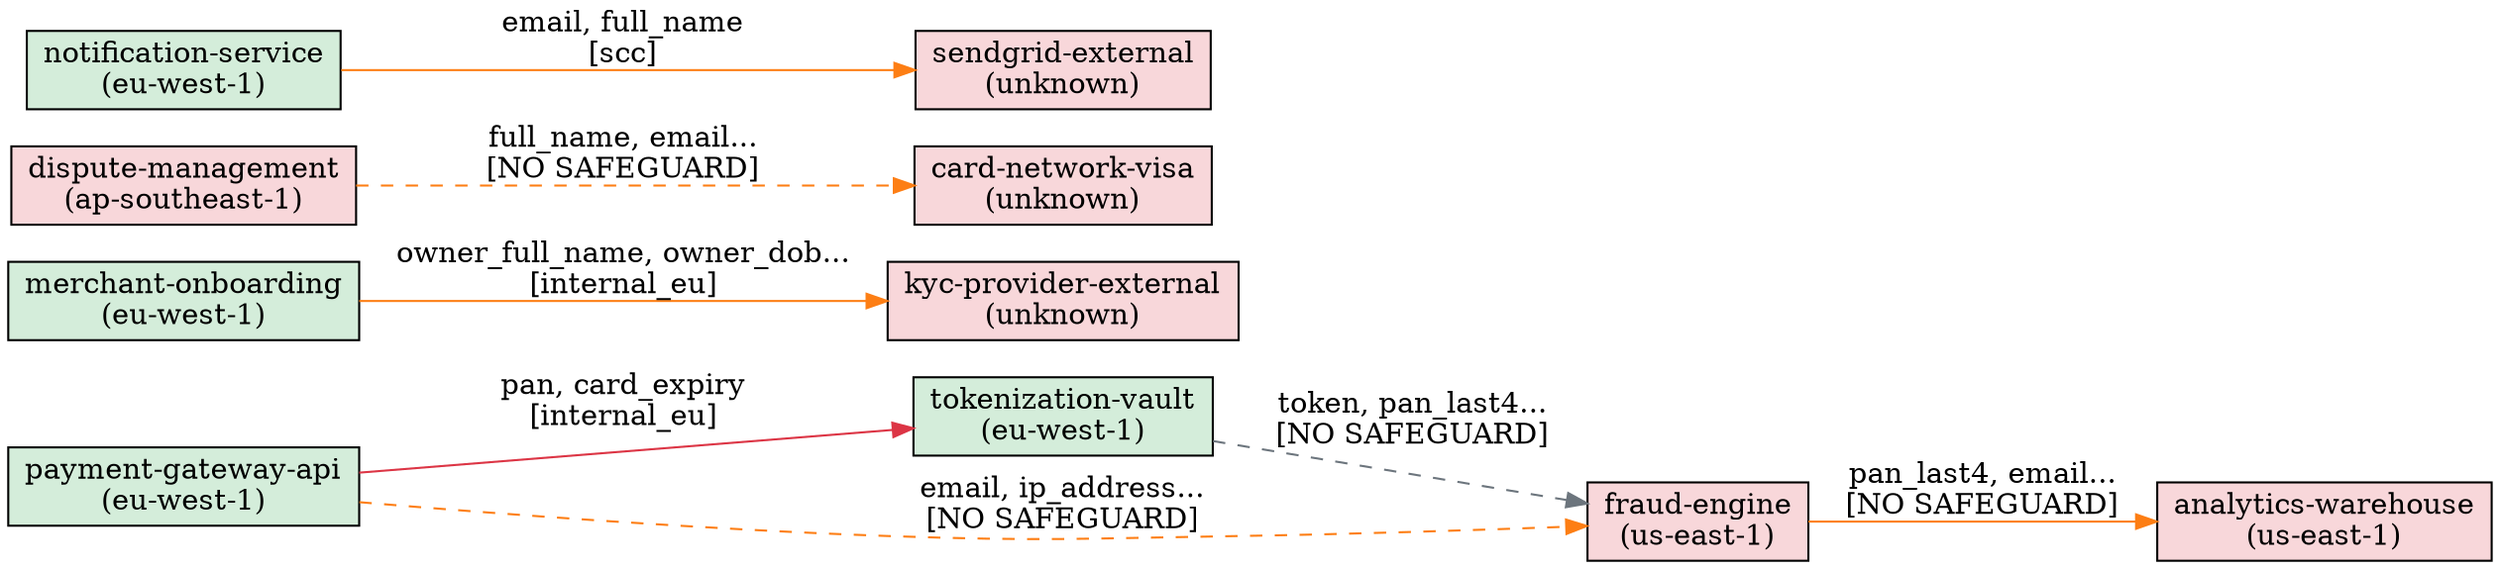
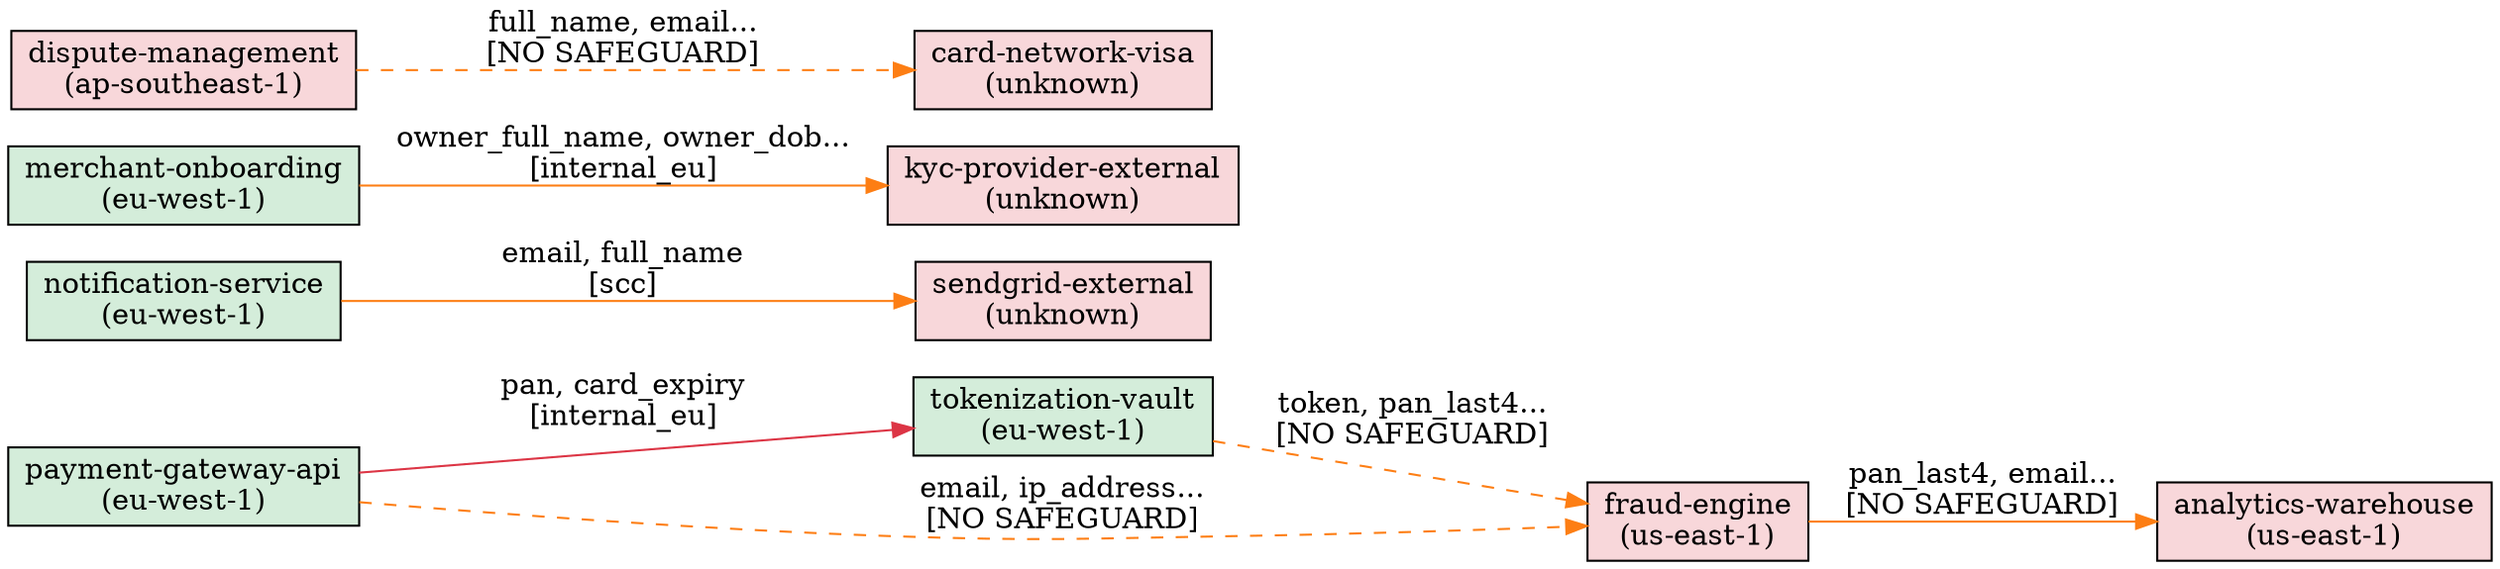
digraph data_flows {
  rankdir=LR;
  node [shape=box, style=filled];

+   "payment-gateway-api" [label="payment-gateway-api\n(eu-west-1)", fillcolor="#d4edda"];
+   "notification-service" [label="notification-service\n(eu-west-1)", fillcolor="#d4edda"];
+   "analytics-warehouse" [label="analytics-warehouse\n(us-east-1)", fillcolor="#f8d7da"];
  "tokenization-vault" [label="tokenization-vault\n(eu-west-1)", fillcolor="#d4edda"];
+   "merchant-onboarding" [label="merchant-onboarding\n(eu-west-1)", fillcolor="#d4edda"];
+   "card-network-visa" [label="card-network-visa\n(unknown)", fillcolor="#f8d7da"];
+   "kyc-provider-external" [label="kyc-provider-external\n(unknown)", fillcolor="#f8d7da"];
+   "sendgrid-external" [label="sendgrid-external\n(unknown)", fillcolor="#f8d7da"];
  "fraud-engine" [label="fraud-engine\n(us-east-1)", fillcolor="#f8d7da"];
-   "kyc-provider-external" [label="kyc-provider-external\n(unknown)", fillcolor="#f8d7da"];
-   "merchant-onboarding" [label="merchant-onboarding\n(eu-west-1)", fillcolor="#d4edda"];
-   "analytics-warehouse" [label="analytics-warehouse\n(us-east-1)", fillcolor="#f8d7da"];
  "dispute-management" [label="dispute-management\n(ap-southeast-1)", fillcolor="#f8d7da"];
-   "sendgrid-external" [label="sendgrid-external\n(unknown)", fillcolor="#f8d7da"];
-   "payment-gateway-api" [label="payment-gateway-api\n(eu-west-1)", fillcolor="#d4edda"];
-   "card-network-visa" [label="card-network-visa\n(unknown)", fillcolor="#f8d7da"];
-   "notification-service" [label="notification-service\n(eu-west-1)", fillcolor="#d4edda"];

  "payment-gateway-api" -> "tokenization-vault" [label="pan, card_expiry\n[internal_eu]", color="#dc3545", style=solid];
  "payment-gateway-api" -> "fraud-engine" [label="email, ip_address...\n[NO SAFEGUARD]", color="#fd7e14", style=dashed];
-   "tokenization-vault" -> "fraud-engine" [label="token, pan_last4...\n[NO SAFEGUARD]", color="#6c757d", style=dashed];
+   "tokenization-vault" -> "fraud-engine" [label="token, pan_last4...\n[NO SAFEGUARD]", color="#fd7e14", style=dashed];
  "fraud-engine" -> "analytics-warehouse" [label="pan_last4, email...\n[NO SAFEGUARD]", color="#fd7e14", style=solid];
  "notification-service" -> "sendgrid-external" [label="email, full_name\n[scc]", color="#fd7e14", style=solid];
  "merchant-onboarding" -> "kyc-provider-external" [label="owner_full_name, owner_dob...\n[internal_eu]", color="#fd7e14", style=solid];
  "dispute-management" -> "card-network-visa" [label="full_name, email...\n[NO SAFEGUARD]", color="#fd7e14", style=dashed];
}
